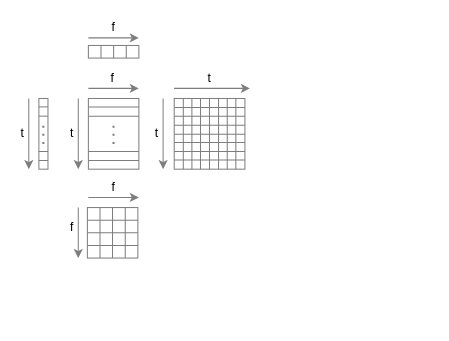
Before: page "Base Figures" (1 of 2) of attention.drawio in OleguerCanal/diagrams, a draw.io diagram. Source tidied: cells renumbered, new cells numbered last; positions are measured from the earlier drawing's top-left corner, leaving out a move shared by most shapes. Both pictures are drawn from the tidied source at 101%, with x=0, y=0 at pixel (17, 17).
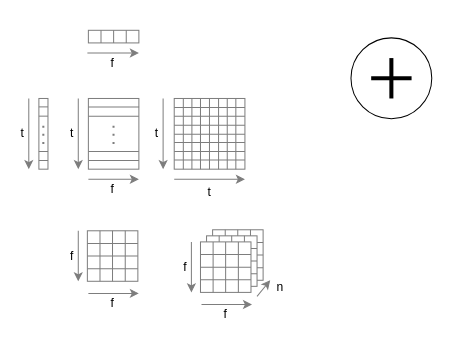
The same page after the edit.

The edit, as a diff of the source:
```diff
@@
+    <mxCell id="56" style="rounded=0;whiteSpace=wrap;html=1;strokeColor=#7D7D7D;" parent="1" vertex="1">
+      <mxGeometry x="193" y="210" width="50" height="50" as="geometry" />
+    </mxCell>
+    <mxCell id="57" style="endArrow=none;html=1;rounded=0;entryX=1;entryY=0.5;entryDx=0;entryDy=0;exitX=0;exitY=0.5;exitDx=0;exitDy=0;strokeColor=#7D7D7D;" parent="1" edge="1" source="56" target="56">
+      <mxGeometry relative="1" as="geometry" />
+    </mxCell>
+    <mxCell id="58" style="endArrow=none;html=1;rounded=0;entryX=1;entryY=0.75;entryDx=0;entryDy=0;exitX=0;exitY=0.75;exitDx=0;exitDy=0;strokeColor=#7D7D7D;" parent="1" edge="1" source="56" target="56">
+      <mxGeometry relative="1" as="geometry" />
+    </mxCell>
+    <mxCell id="59" style="endArrow=none;html=1;rounded=0;entryX=1;entryY=0.25;entryDx=0;entryDy=0;exitX=0;exitY=0.25;exitDx=0;exitDy=0;strokeColor=#7D7D7D;" parent="1" edge="1" source="56" target="56">
+      <mxGeometry relative="1" as="geometry" />
+    </mxCell>
+    <mxCell id="60" style="endArrow=none;html=1;rounded=0;entryX=0.25;entryY=1;entryDx=0;entryDy=0;exitX=0.25;exitY=0;exitDx=0;exitDy=0;strokeColor=#7D7D7D;" parent="1" edge="1" source="56" target="56">
+      <mxGeometry relative="1" as="geometry" />
+    </mxCell>
+    <mxCell id="61" style="endArrow=none;html=1;rounded=0;entryX=0.25;entryY=1;entryDx=0;entryDy=0;exitX=0.25;exitY=0;exitDx=0;exitDy=0;strokeColor=#7D7D7D;" parent="1" edge="1">
+      <mxGeometry relative="1" as="geometry">
+        <mxPoint x="217.9" y="210" as="sourcePoint" />
+        <mxPoint x="217.9" y="260" as="targetPoint" />
+      </mxGeometry>
+    </mxCell>
+    <mxCell id="62" style="endArrow=none;html=1;rounded=0;entryX=0.75;entryY=1;entryDx=0;entryDy=0;exitX=0.75;exitY=0;exitDx=0;exitDy=0;strokeColor=#7D7D7D;" parent="1" edge="1" source="56" target="56">
+      <mxGeometry relative="1" as="geometry" />
+    </mxCell>
+    <mxCell id="63" style="rounded=0;whiteSpace=wrap;html=1;strokeColor=#7D7D7D;" parent="1" vertex="1">
+      <mxGeometry x="187" y="216" width="50" height="50" as="geometry" />
+    </mxCell>
+    <mxCell id="64" style="endArrow=none;html=1;rounded=0;entryX=1;entryY=0.5;entryDx=0;entryDy=0;exitX=0;exitY=0.5;exitDx=0;exitDy=0;strokeColor=#7D7D7D;" parent="1" edge="1" source="63" target="63">
+      <mxGeometry relative="1" as="geometry" />
+    </mxCell>
+    <mxCell id="65" style="endArrow=none;html=1;rounded=0;entryX=1;entryY=0.75;entryDx=0;entryDy=0;exitX=0;exitY=0.75;exitDx=0;exitDy=0;strokeColor=#7D7D7D;" parent="1" edge="1" source="63" target="63">
+      <mxGeometry relative="1" as="geometry" />
+    </mxCell>
+    <mxCell id="66" style="endArrow=none;html=1;rounded=0;entryX=1;entryY=0.25;entryDx=0;entryDy=0;exitX=0;exitY=0.25;exitDx=0;exitDy=0;strokeColor=#7D7D7D;" parent="1" edge="1" source="63" target="63">
+      <mxGeometry relative="1" as="geometry" />
+    </mxCell>
+    <mxCell id="67" style="endArrow=none;html=1;rounded=0;entryX=0.25;entryY=1;entryDx=0;entryDy=0;exitX=0.25;exitY=0;exitDx=0;exitDy=0;strokeColor=#7D7D7D;" parent="1" edge="1" source="63" target="63">
+      <mxGeometry relative="1" as="geometry" />
+    </mxCell>
+    <mxCell id="68" style="endArrow=none;html=1;rounded=0;entryX=0.25;entryY=1;entryDx=0;entryDy=0;exitX=0.25;exitY=0;exitDx=0;exitDy=0;strokeColor=#7D7D7D;" parent="1" edge="1">
+      <mxGeometry relative="1" as="geometry">
+        <mxPoint x="211.9" y="216" as="sourcePoint" />
+        <mxPoint x="211.9" y="266" as="targetPoint" />
+      </mxGeometry>
+    </mxCell>
+    <mxCell id="69" style="endArrow=none;html=1;rounded=0;entryX=0.75;entryY=1;entryDx=0;entryDy=0;exitX=0.75;exitY=0;exitDx=0;exitDy=0;strokeColor=#7D7D7D;" parent="1" edge="1" source="63" target="63">
+      <mxGeometry relative="1" as="geometry" />
+    </mxCell>
@@
     <mxCell id="9" style="endArrow=classic;html=1;rounded=0;strokeColor=#7D7D7D;" parent="1" edge="1">
       <mxGeometry relative="1" as="geometry">
-        <mxPoint x="70" y="70" as="sourcePoint" />
-        <mxPoint x="120" y="70" as="targetPoint" />
+        <mxPoint x="70" y="160" as="sourcePoint" />
+        <mxPoint x="120" y="160" as="targetPoint" />
       </mxGeometry>
     </mxCell>
@@
     <mxCell id="11" value="f" style="text;html=1;strokeColor=none;fillColor=none;align=center;verticalAlign=middle;whiteSpace=wrap;rounded=0;" parent="1" vertex="1">
-      <mxGeometry x="89" y="50" width="10" height="20" as="geometry" />
+      <mxGeometry x="89" y="160" width="10" height="20" as="geometry" />
     </mxCell>
@@
     <mxCell id="37" style="endArrow=classic;html=1;rounded=0;strokeColor=#7D7D7D;" parent="1" edge="1">
       <mxGeometry relative="1" as="geometry">
-        <mxPoint x="154.8" y="70" as="sourcePoint" />
-        <mxPoint x="230" y="70" as="targetPoint" />
+        <mxPoint x="155" y="160" as="sourcePoint" />
+        <mxPoint x="225" y="160" as="targetPoint" />
       </mxGeometry>
     </mxCell>
     <mxCell id="38" value="t" style="text;html=1;strokeColor=none;fillColor=none;align=center;verticalAlign=middle;whiteSpace=wrap;rounded=0;" parent="1" vertex="1">
-      <mxGeometry x="185" y="45" width="10" height="30" as="geometry" />
+      <mxGeometry x="185" y="158" width="10" height="30" as="geometry" />
     </mxCell>
     <mxCell id="39" style="rounded=0;whiteSpace=wrap;html=1;strokeColor=#7D7D7D;" parent="1" vertex="1">
-      <mxGeometry x="69" y="188" width="50" height="50" as="geometry" />
+      <mxGeometry x="69" y="211" width="50" height="50" as="geometry" />
     </mxCell>
     <mxCell id="40" style="endArrow=classic;html=1;rounded=0;strokeColor=#7D7D7D;" parent="1" edge="1">
       <mxGeometry relative="1" as="geometry">
-        <mxPoint x="70" y="178" as="sourcePoint" />
-        <mxPoint x="120" y="178" as="targetPoint" />
+        <mxPoint x="70" y="273" as="sourcePoint" />
+        <mxPoint x="120" y="273" as="targetPoint" />
       </mxGeometry>
     </mxCell>
     <mxCell id="41" value="f" style="text;html=1;strokeColor=none;fillColor=none;align=center;verticalAlign=middle;whiteSpace=wrap;rounded=0;" parent="1" vertex="1">
-      <mxGeometry x="90" y="158" width="10" height="20" as="geometry" />
+      <mxGeometry x="89" y="273" width="10" height="20" as="geometry" />
     </mxCell>
@@
     <mxCell id="46" style="endArrow=none;html=1;rounded=0;entryX=0.25;entryY=1;entryDx=0;entryDy=0;exitX=0.25;exitY=0;exitDx=0;exitDy=0;strokeColor=#7D7D7D;" parent="1" edge="1">
       <mxGeometry relative="1" as="geometry">
-        <mxPoint x="93.9" y="188" as="sourcePoint" />
-        <mxPoint x="93.9" y="238" as="targetPoint" />
+        <mxPoint x="93.9" y="211" as="sourcePoint" />
+        <mxPoint x="93.9" y="261" as="targetPoint" />
       </mxGeometry>
     </mxCell>
@@
     <mxCell id="48" value="f" style="text;html=1;strokeColor=none;fillColor=none;align=center;verticalAlign=middle;whiteSpace=wrap;rounded=0;" parent="1" vertex="1">
-      <mxGeometry x="49" y="198" width="10" height="20" as="geometry" />
+      <mxGeometry x="49" y="226" width="10" height="20" as="geometry" />
     </mxCell>
     <mxCell id="49" style="endArrow=classic;html=1;rounded=0;strokeColor=#7D7D7D;" parent="1" edge="1">
       <mxGeometry relative="1" as="geometry">
-        <mxPoint x="60" y="188" as="sourcePoint" />
-        <mxPoint x="60" y="238" as="targetPoint" />
+        <mxPoint x="60" y="211" as="sourcePoint" />
+        <mxPoint x="60" y="261" as="targetPoint" />
       </mxGeometry>
     </mxCell>
     <mxCell id="50" style="rounded=0;whiteSpace=wrap;html=1;strokeColor=#7D7D7D;" parent="1" vertex="1">
-      <mxGeometry x="70" y="27.5" width="50" height="12.5" as="geometry" />
+      <mxGeometry x="70" y="12.5" width="50" height="12.5" as="geometry" />
     </mxCell>
     <mxCell id="51" style="endArrow=classic;html=1;rounded=0;strokeColor=#7D7D7D;" parent="1" edge="1">
       <mxGeometry relative="1" as="geometry">
-        <mxPoint x="70" y="20" as="sourcePoint" />
-        <mxPoint x="120" y="20" as="targetPoint" />
+        <mxPoint x="69" y="35" as="sourcePoint" />
+        <mxPoint x="120" y="35" as="targetPoint" />
       </mxGeometry>
     </mxCell>
     <mxCell id="52" value="f" style="text;html=1;strokeColor=none;fillColor=none;align=center;verticalAlign=middle;whiteSpace=wrap;rounded=0;" parent="1" vertex="1">
-      <mxGeometry x="90" width="10" height="20" as="geometry" />
+      <mxGeometry x="89" y="35" width="10" height="20" as="geometry" />
     </mxCell>
@@
+    <mxCell id="70" style="rounded=0;whiteSpace=wrap;html=1;strokeColor=#7D7D7D;" parent="1" vertex="1">
+      <mxGeometry x="181" y="222" width="50" height="50" as="geometry" />
+    </mxCell>
+    <mxCell id="71" style="endArrow=classic;html=1;rounded=0;strokeColor=#7D7D7D;" parent="1" edge="1">
+      <mxGeometry relative="1" as="geometry">
+        <mxPoint x="182" y="284" as="sourcePoint" />
+        <mxPoint x="232" y="284" as="targetPoint" />
+      </mxGeometry>
+    </mxCell>
+    <mxCell id="72" value="f" style="text;html=1;strokeColor=none;fillColor=none;align=center;verticalAlign=middle;whiteSpace=wrap;rounded=0;" parent="1" vertex="1">
+      <mxGeometry x="201" y="284" width="10" height="20" as="geometry" />
+    </mxCell>
+    <mxCell id="73" style="endArrow=none;html=1;rounded=0;entryX=1;entryY=0.5;entryDx=0;entryDy=0;exitX=0;exitY=0.5;exitDx=0;exitDy=0;strokeColor=#7D7D7D;" parent="1" edge="1" source="70" target="70">
+      <mxGeometry relative="1" as="geometry" />
+    </mxCell>
+    <mxCell id="74" style="endArrow=none;html=1;rounded=0;entryX=1;entryY=0.75;entryDx=0;entryDy=0;exitX=0;exitY=0.75;exitDx=0;exitDy=0;strokeColor=#7D7D7D;" parent="1" edge="1" source="70" target="70">
+      <mxGeometry relative="1" as="geometry" />
+    </mxCell>
+    <mxCell id="75" style="endArrow=none;html=1;rounded=0;entryX=1;entryY=0.25;entryDx=0;entryDy=0;exitX=0;exitY=0.25;exitDx=0;exitDy=0;strokeColor=#7D7D7D;" parent="1" edge="1" source="70" target="70">
+      <mxGeometry relative="1" as="geometry" />
+    </mxCell>
+    <mxCell id="76" style="endArrow=none;html=1;rounded=0;entryX=0.25;entryY=1;entryDx=0;entryDy=0;exitX=0.25;exitY=0;exitDx=0;exitDy=0;strokeColor=#7D7D7D;" parent="1" edge="1" source="70" target="70">
+      <mxGeometry relative="1" as="geometry" />
+    </mxCell>
+    <mxCell id="77" style="endArrow=none;html=1;rounded=0;entryX=0.25;entryY=1;entryDx=0;entryDy=0;exitX=0.25;exitY=0;exitDx=0;exitDy=0;strokeColor=#7D7D7D;" parent="1" edge="1">
+      <mxGeometry relative="1" as="geometry">
+        <mxPoint x="205.9" y="222" as="sourcePoint" />
+        <mxPoint x="205.9" y="272" as="targetPoint" />
+      </mxGeometry>
+    </mxCell>
+    <mxCell id="78" style="endArrow=none;html=1;rounded=0;entryX=0.75;entryY=1;entryDx=0;entryDy=0;exitX=0.75;exitY=0;exitDx=0;exitDy=0;strokeColor=#7D7D7D;" parent="1" edge="1" source="70" target="70">
+      <mxGeometry relative="1" as="geometry" />
+    </mxCell>
+    <mxCell id="79" value="f" style="text;html=1;strokeColor=none;fillColor=none;align=center;verticalAlign=middle;whiteSpace=wrap;rounded=0;" parent="1" vertex="1">
+      <mxGeometry x="161" y="237" width="10" height="20" as="geometry" />
+    </mxCell>
+    <mxCell id="80" style="endArrow=classic;html=1;rounded=0;strokeColor=#7D7D7D;" parent="1" edge="1">
+      <mxGeometry relative="1" as="geometry">
+        <mxPoint x="172" y="222" as="sourcePoint" />
+        <mxPoint x="172" y="272" as="targetPoint" />
+      </mxGeometry>
+    </mxCell>
+    <mxCell id="81" style="endArrow=classic;html=1;rounded=0;strokeColor=#7D7D7D;" parent="1" edge="1">
+      <mxGeometry relative="1" as="geometry">
+        <mxPoint x="237" y="276" as="sourcePoint" />
+        <mxPoint x="250" y="260" as="targetPoint" />
+      </mxGeometry>
+    </mxCell>
+    <mxCell id="82" value="n" style="text;html=1;strokeColor=none;fillColor=none;align=center;verticalAlign=middle;whiteSpace=wrap;rounded=0;" parent="1" vertex="1">
+      <mxGeometry x="255" y="257" width="10" height="20" as="geometry" />
+    </mxCell>
+    <mxCell id="83" style="ellipse;whiteSpace=wrap;html=1;fontColor=#004C99;" parent="1" vertex="1">
+      <mxGeometry x="330" y="20" width="80" height="80" as="geometry" />
+    </mxCell>
+    <mxCell id="84" style="endArrow=none;html=1;rounded=0;fontColor=#004C99;strokeWidth=4;" parent="1" edge="1">
+      <mxGeometry relative="1" as="geometry">
+        <mxPoint x="370" y="80" as="sourcePoint" />
+        <mxPoint x="370" y="40" as="targetPoint" />
+      </mxGeometry>
+    </mxCell>
+    <mxCell id="85" style="endArrow=none;html=1;rounded=0;fontColor=#004C99;strokeWidth=4;entryX=0.25;entryY=0.5;entryDx=0;entryDy=0;entryPerimeter=0;exitX=0.25;exitY=0.5;exitDx=0;exitDy=0;exitPerimeter=0;" parent="1" edge="1" source="83">
+      <mxGeometry relative="1" as="geometry">
+        <mxPoint x="390" y="60" as="targetPoint" />
+      </mxGeometry>
+    </mxCell>
```
